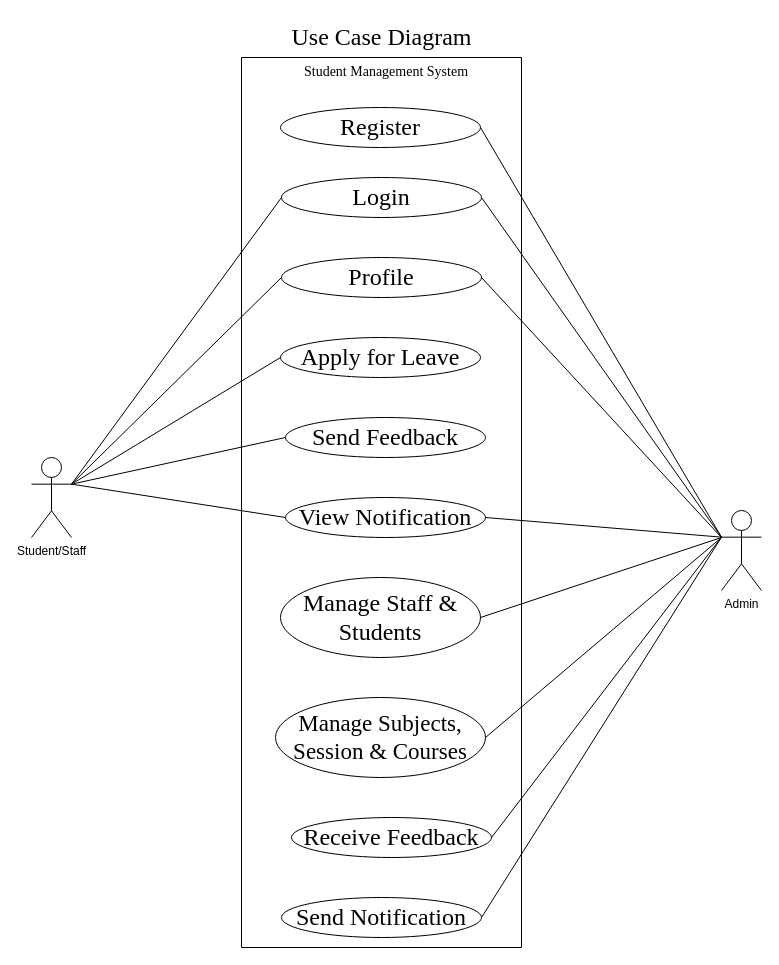
Above: Charts/UsecaseDiagram.drawio in maharjan-rijan/BCA-First-Project (draw.io), before the change. Source tidied: cells renumbered, new cells numbered last; positions are measured from the earlier drawing's top-left corner, leaving out a move shared by most shapes. Both pictures are drawn from the tidied source at 100%, with x=0, y=0 at pixel (31, 17).
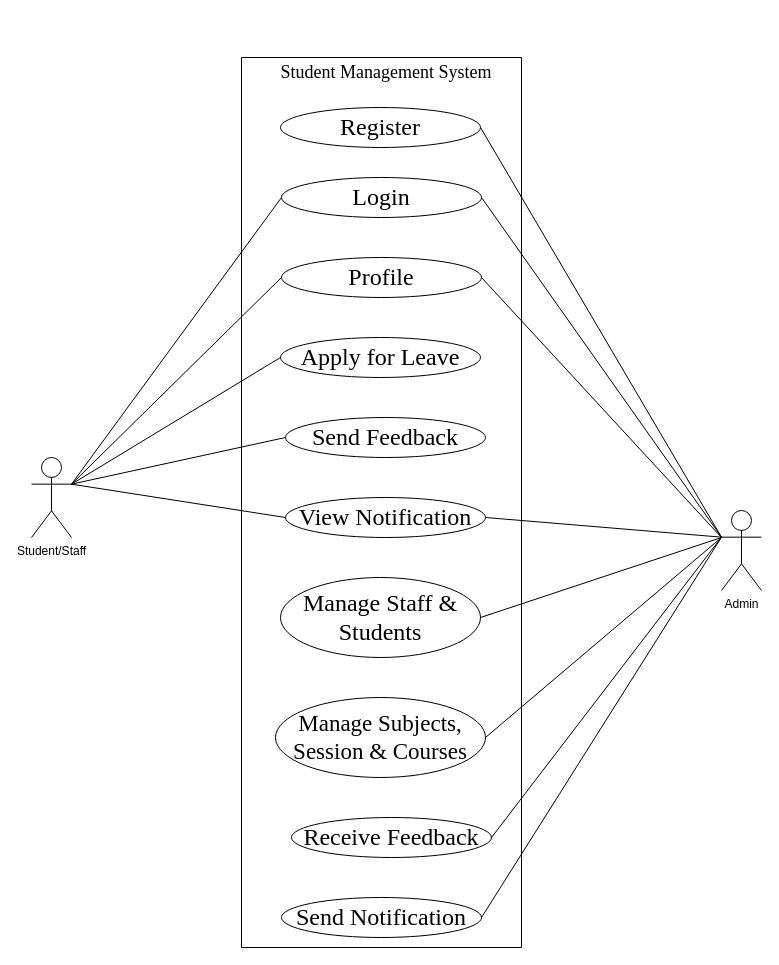
The same page after the edit.

Diff of the diagram source:
```diff
@@
-    <mxCell id="13" value="&lt;font face=&quot;Times New Roman&quot; style=&quot;font-size: 24px;&quot;&gt;Use Case Diagram&lt;/font&gt;" style="text;html=1;align=center;verticalAlign=middle;whiteSpace=wrap;rounded=1;" parent="1" vertex="1">
-      <mxGeometry x="210" width="281" height="40" as="geometry" />
-    </mxCell>
@@
-    <mxCell id="29" value="&lt;font style=&quot;font-size: 14px;&quot; face=&quot;Times New Roman&quot;&gt;Student Management System&lt;/font&gt;" style="text;html=1;align=center;verticalAlign=middle;whiteSpace=wrap;rounded=0;" parent="1" vertex="1">
+    <mxCell id="29" value="&lt;font style=&quot;font-size: 18px;&quot; face=&quot;Times New Roman&quot;&gt;Student Management System&lt;/font&gt;" style="text;html=1;align=center;verticalAlign=middle;whiteSpace=wrap;rounded=0;" parent="1" vertex="1">
       <mxGeometry x="220" y="40" width="270" height="30" as="geometry" />
     </mxCell>
```
